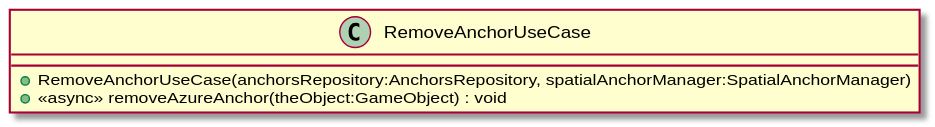
Before: UML/Assets/Scripts/RemoveAnchorUseCase.svg, a diagram exported from PlantUML (DeNatur/ProductionFloorVisualization). The source it was exported from:
```plantuml
@startuml
class RemoveAnchorUseCase {
    + RemoveAnchorUseCase(anchorsRepository:AnchorsRepository, spatialAnchorManager:SpatialAnchorManager)
    + <<async>> removeAzureAnchor(theObject:GameObject) : void
}
@enduml
```
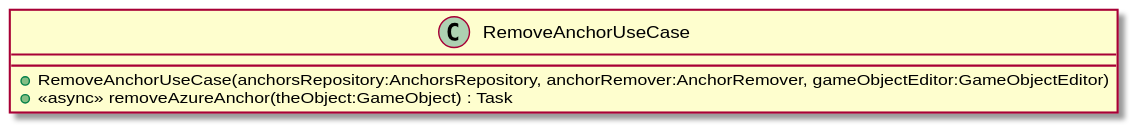
After the commit.

Change to the diagram source:
```diff
@@ -1,6 +1,6 @@
 @startuml
 class RemoveAnchorUseCase {
-    + RemoveAnchorUseCase(anchorsRepository:AnchorsRepository, spatialAnchorManager:SpatialAnchorManager)
-    + <<async>> removeAzureAnchor(theObject:GameObject) : void
+    + RemoveAnchorUseCase(anchorsRepository:AnchorsRepository, anchorRemover:AnchorRemover, gameObjectEditor:GameObjectEditor)
+    + <<async>> removeAzureAnchor(theObject:GameObject) : Task
 }
 @enduml
```
